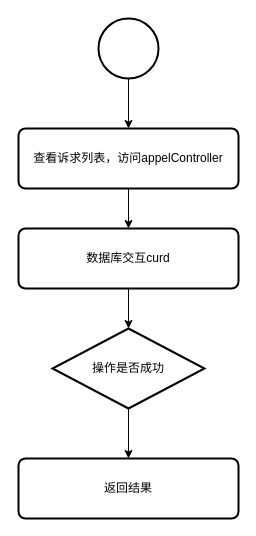
The draw.io diagram page "第 2 页" (2 of 2) of 诉求序列图.drawio in zhouxuemin66/Chat2DB, before the edit. Source tidied: cells renumbered, new cells numbered last; positions are measured from the earlier drawing's top-left corner, leaving out a move shared by most shapes. Both pictures are drawn from the tidied source at 100%, with x=0, y=0 at pixel (18, 18).
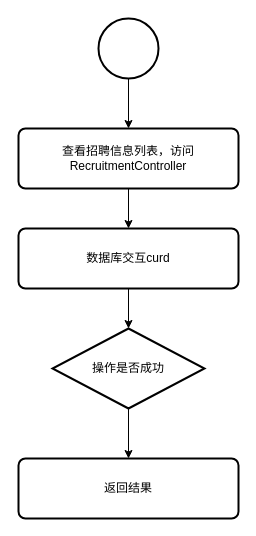
Above is the later version.

What changed in the source:
```diff
@@
 <mxGraphModel>
   <root>
     <mxCell id="0" />
     <mxCell id="1" parent="0" />
     <mxCell id="2" style="edgeStyle=none;rounded=0;jettySize=auto;html=1;" parent="1" edge="1" source="3" target="5">
       <mxGeometry relative="1" as="geometry" />
     </mxCell>
     <mxCell id="3" style="strokeWidth=2;html=1;shape=mxgraph.flowchart.start_2;whiteSpace=wrap;" parent="1" vertex="1">
       <mxGeometry x="80" width="60" height="60" as="geometry" />
     </mxCell>
     <mxCell id="4" style="edgeStyle=none;rounded=0;jettySize=auto;html=1;exitX=0.5;exitY=1;exitDx=0;exitDy=0;entryX=0.5;entryY=0;entryDx=0;entryDy=0;" parent="1" edge="1" source="5" target="7">
       <mxGeometry relative="1" as="geometry" />
     </mxCell>
-    <mxCell id="5" value="查看诉求列表，访问appelController" style="rounded=1;whiteSpace=wrap;html=1;absoluteArcSize=1;arcSize=14;strokeWidth=2;" parent="1" vertex="1">
+    <mxCell id="5" value="查看招聘信息列表，访问Recruitment&lt;span style=&quot;background-color: initial;&quot;&gt;Controller&lt;/span&gt;" style="rounded=1;whiteSpace=wrap;html=1;absoluteArcSize=1;arcSize=14;strokeWidth=2;" parent="1" vertex="1">
       <mxGeometry y="110" width="220" height="60" as="geometry" />
     </mxCell>
     <mxCell id="6" style="edgeStyle=none;rounded=0;jettySize=auto;html=1;exitX=0.5;exitY=1;exitDx=0;exitDy=0;entryX=0.5;entryY=0;entryDx=0;entryDy=0;entryPerimeter=0;" parent="1" edge="1" source="7" target="10">
       <mxGeometry relative="1" as="geometry" />
     </mxCell>
     <mxCell id="7" value="数据库交互curd" style="rounded=1;whiteSpace=wrap;html=1;absoluteArcSize=1;arcSize=14;strokeWidth=2;" parent="1" vertex="1">
       <mxGeometry y="210" width="220" height="60" as="geometry" />
     </mxCell>
     <mxCell id="8" value="返回结果" style="rounded=1;whiteSpace=wrap;html=1;absoluteArcSize=1;arcSize=14;strokeWidth=2;" parent="1" vertex="1">
       <mxGeometry y="440" width="220" height="60" as="geometry" />
     </mxCell>
     <mxCell id="9" style="edgeStyle=none;rounded=0;jettySize=auto;html=1;exitX=0.5;exitY=1;exitDx=0;exitDy=0;exitPerimeter=0;entryX=0.5;entryY=0;entryDx=0;entryDy=0;" parent="1" edge="1" source="10" target="8">
       <mxGeometry relative="1" as="geometry" />
     </mxCell>
     <mxCell id="10" value="操作是否成功" style="strokeWidth=2;html=1;shape=mxgraph.flowchart.decision;whiteSpace=wrap;" parent="1" vertex="1">
       <mxGeometry x="34" y="310" width="152" height="80" as="geometry" />
     </mxCell>
   </root>
 </mxGraphModel>
```
